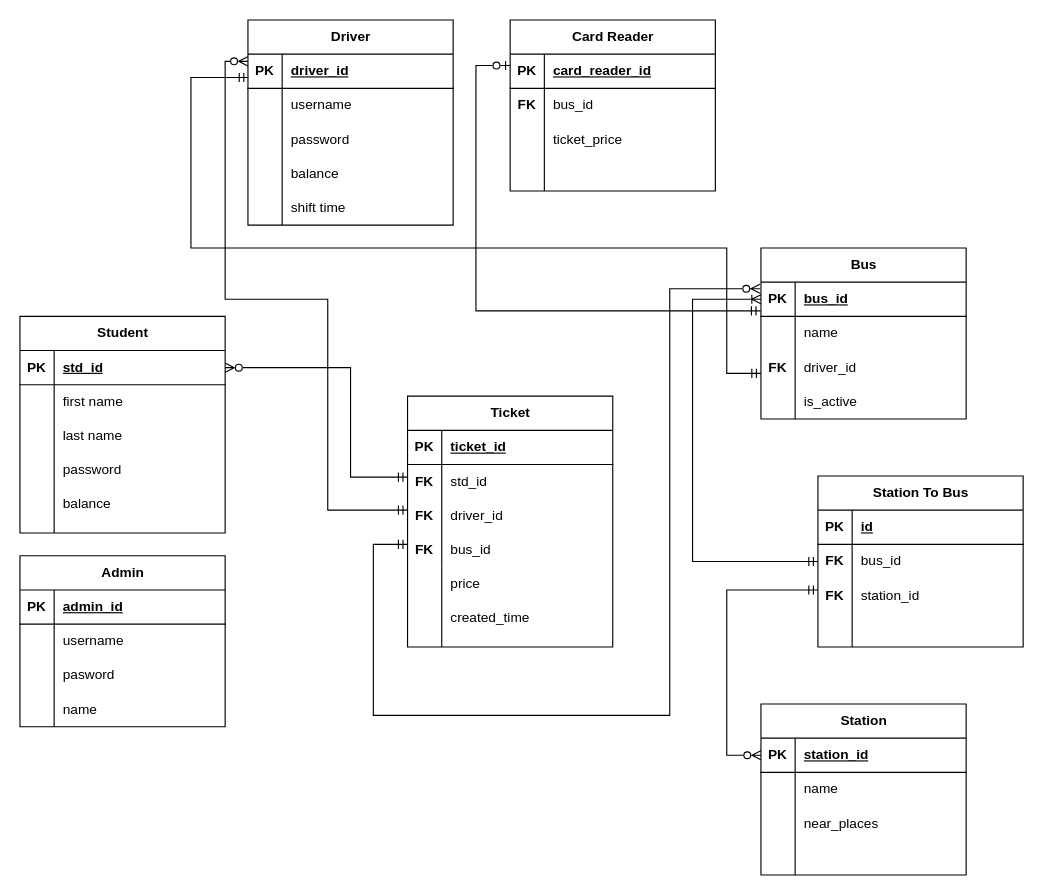
This is entity_diagrams.drawio from srbmm/bus_ticket_server, a draw.io file, before an edit. Source tidied: cells renumbered, new cells numbered last; positions are measured from the earlier drawing's top-left corner, leaving out a move shared by most shapes. Both pictures are drawn from the tidied source at 114%, with x=0, y=0 at pixel (19, 19).
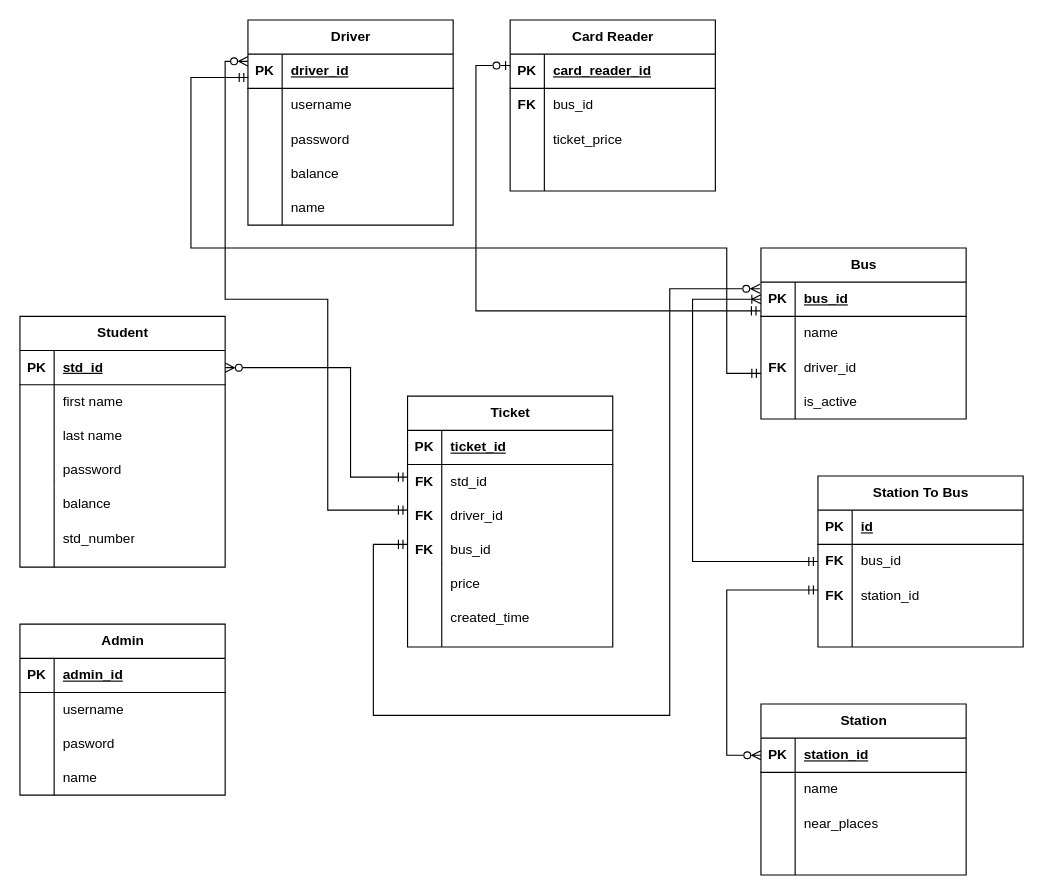
After the change.

Diff of the diagram source:
```diff
@@
     <mxCell id="2" value="Student" style="shape=table;startSize=30;childLayout=tableLayout;rowLines=0;fontStyle=1;align=center;html=1;" parent="1" vertex="1">
-      <mxGeometry y="260" width="180" height="190" as="geometry" />
+      <mxGeometry y="260" width="180" height="220" as="geometry" />
     </mxCell>
@@
     <mxCell id="15" style="endArrow=none;html=1;rounded=0;" parent="1" edge="1">
       <mxGeometry relative="1" as="geometry">
-        <mxPoint x="30" y="450" as="sourcePoint" />
+        <mxPoint x="30" y="480" as="sourcePoint" />
         <mxPoint x="30" y="410" as="targetPoint" />
       </mxGeometry>
     </mxCell>
@@
     <mxCell id="17" value="Admin" style="shape=table;startSize=30;childLayout=tableLayout;rowLines=0;fontStyle=1;align=center;html=1;" parent="1" vertex="1">
-      <mxGeometry y="470" width="180" height="150" as="geometry" />
+      <mxGeometry y="530" width="180" height="150" as="geometry" />
     </mxCell>
@@
-    <mxCell id="87" value="shift time" style="shape=partialRectangle;fillColor=none;top=0;left=0;bottom=0;right=0;align=left;spacingLeft=6;overflow=hidden;whiteSpace=wrap;html=1;" parent="1" vertex="1">
-      <mxGeometry x="230" y="150" width="150" height="30" as="geometry" />
-    </mxCell>
-    <mxCell id="88" style="endArrow=none;html=1;rounded=0;" parent="1" edge="1">
-      <mxGeometry relative="1" as="geometry">
-        <mxPoint x="230" y="180" as="sourcePoint" />
-        <mxPoint x="230" y="150" as="targetPoint" />
-      </mxGeometry>
-    </mxCell>
@@
+    <mxCell id="129" value="std_number" style="shape=partialRectangle;fillColor=none;top=0;left=0;bottom=0;right=0;align=left;spacingLeft=6;overflow=hidden;whiteSpace=wrap;html=1;" parent="1" vertex="1">
+      <mxGeometry x="30" y="440" width="150" height="30" as="geometry" />
+    </mxCell>
+    <mxCell id="130" style="endArrow=none;html=1;rounded=0;" parent="1" edge="1">
+      <mxGeometry relative="1" as="geometry">
+        <mxPoint x="230" y="180" as="sourcePoint" />
+        <mxPoint x="230" y="150" as="targetPoint" />
+      </mxGeometry>
+    </mxCell>
+    <mxCell id="131" value="name" style="shape=partialRectangle;fillColor=none;top=0;left=0;bottom=0;right=0;align=left;spacingLeft=6;overflow=hidden;whiteSpace=wrap;html=1;" parent="1" vertex="1">
+      <mxGeometry x="230" y="150" width="150" height="30" as="geometry" />
+    </mxCell>
```
